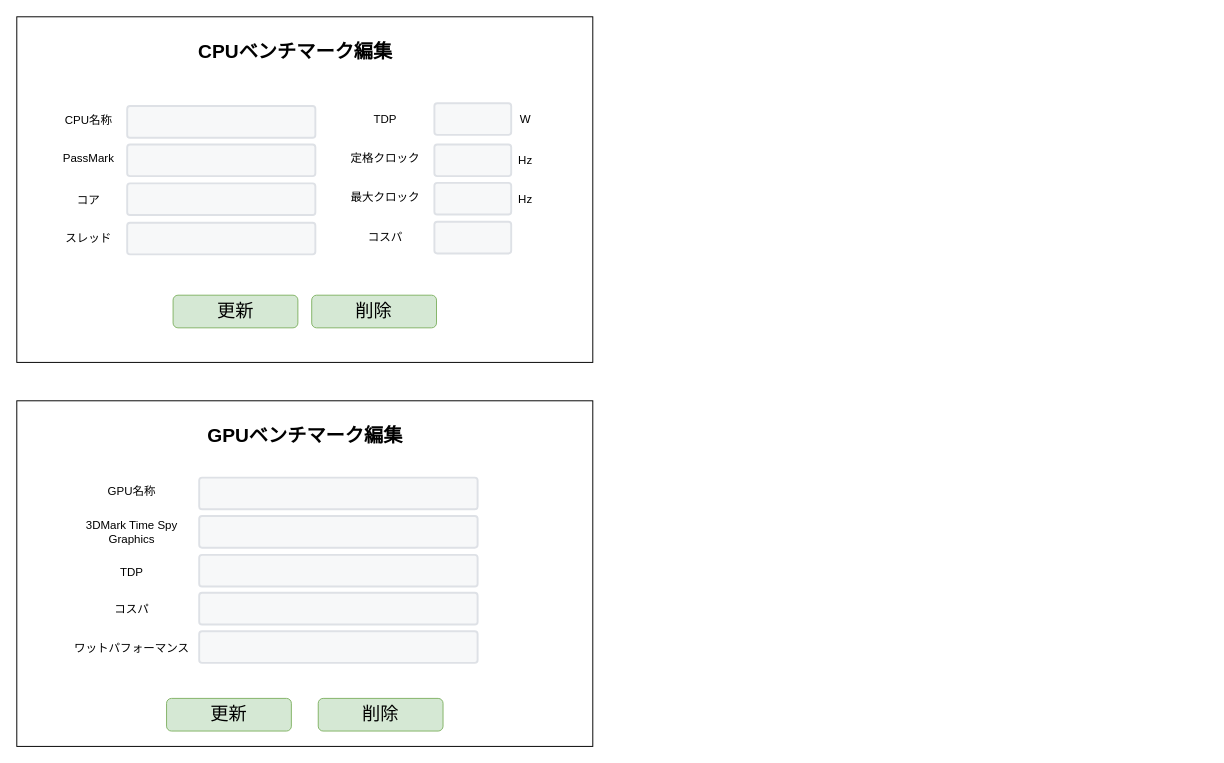
Before: page "S05-03 ベンチマーク編集" (3 of 3) of 各種設計書/6.画面設計書/S05_ベンチマークマスタ.drawio in HaruShim/Sotuken, a draw.io diagram. Source tidied: cells renumbered, new cells numbered last; positions are measured from the earlier drawing's top-left corner, leaving out a move shared by most shapes. Both pictures are drawn from the tidied source at 96%, with x=0, y=0 at pixel (16, 16).
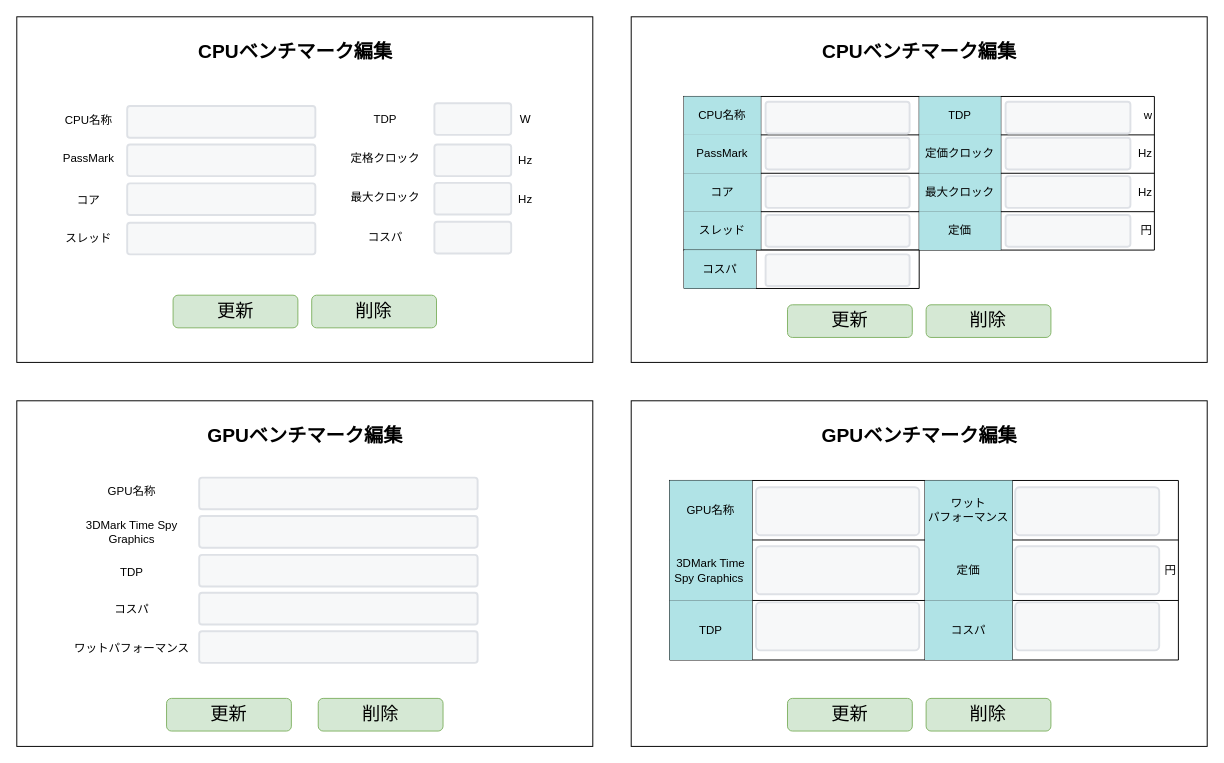
The same page after the edit.

Change to the diagram source:
```diff
@@
+    <mxCell id="41" style="rounded=0;whiteSpace=wrap;html=1;fillColor=default;strokeColor=default;fontColor=default;" parent="1" vertex="1">
+      <mxGeometry x="640" width="600" height="360" as="geometry" />
+    </mxCell>
+    <mxCell id="42" value="CPUベンチマーク編集" style="text;html=1;strokeColor=none;fillColor=none;align=center;verticalAlign=middle;whiteSpace=wrap;rounded=0;fontColor=default;fontStyle=1;fontSize=20;" parent="1" vertex="1">
+      <mxGeometry x="813.8" y="10" width="252.5" height="50" as="geometry" />
+    </mxCell>
+    <mxCell id="43" style="shape=table;startSize=0;childLayout=tableLayout;" parent="1" vertex="1">
+      <mxGeometry x="695" y="83" width="490" height="160" as="geometry" />
+    </mxCell>
+    <mxCell id="44" style="shape=partialRectangle;fillColor=none;top=0;left=0;bottom=0;right=0;" parent="43" vertex="1">
+      <mxGeometry width="490" height="40" as="geometry" />
+    </mxCell>
+    <mxCell id="45" value="CPU名称" style="shape=partialRectangle;html=1;whiteSpace=wrap;overflow=hidden;fillColor=#b0e3e6;top=0;left=0;bottom=0;right=0;strokeColor=#0e8088;" parent="44" vertex="1">
+      <mxGeometry width="80" height="40" as="geometry" />
+    </mxCell>
+    <mxCell id="46" style="shape=partialRectangle;html=1;whiteSpace=wrap;overflow=hidden;fillColor=none;top=0;left=0;bottom=0;right=0;" parent="44" vertex="1">
+      <mxGeometry x="80" width="165" height="40" as="geometry" />
+    </mxCell>
+    <mxCell id="47" value="TDP" style="shape=partialRectangle;html=1;whiteSpace=wrap;overflow=hidden;fillColor=#b0e3e6;top=0;left=0;bottom=0;right=0;strokeColor=#0e8088;" parent="44" vertex="1">
+      <mxGeometry x="245" width="85" height="40" as="geometry" />
+    </mxCell>
+    <mxCell id="48" value="w" style="shape=partialRectangle;html=1;whiteSpace=wrap;overflow=hidden;fillColor=none;top=0;left=0;bottom=0;right=0;align=right;" parent="44" vertex="1">
+      <mxGeometry x="330" width="160" height="40" as="geometry" />
+    </mxCell>
+    <mxCell id="49" style="shape=partialRectangle;fillColor=none;top=0;left=0;bottom=0;right=0;" parent="43" vertex="1">
+      <mxGeometry y="40" width="490" height="40" as="geometry" />
+    </mxCell>
+    <mxCell id="50" value="PassMark" style="shape=partialRectangle;html=1;whiteSpace=wrap;overflow=hidden;fillColor=#b0e3e6;top=0;left=0;bottom=0;right=0;strokeColor=#0e8088;" parent="49" vertex="1">
+      <mxGeometry width="80" height="40" as="geometry" />
+    </mxCell>
+    <mxCell id="51" style="shape=partialRectangle;html=1;whiteSpace=wrap;overflow=hidden;fillColor=none;top=0;left=0;bottom=0;right=0;" parent="49" vertex="1">
+      <mxGeometry x="80" width="165" height="40" as="geometry" />
+    </mxCell>
+    <mxCell id="52" value="定価クロック" style="shape=partialRectangle;html=1;whiteSpace=wrap;overflow=hidden;fillColor=#b0e3e6;top=0;left=0;bottom=0;right=0;strokeColor=#0e8088;" parent="49" vertex="1">
+      <mxGeometry x="245" width="85" height="40" as="geometry" />
+    </mxCell>
+    <mxCell id="53" value="Hz" style="shape=partialRectangle;html=1;whiteSpace=wrap;overflow=hidden;fillColor=none;top=0;left=0;bottom=0;right=0;align=right;" parent="49" vertex="1">
+      <mxGeometry x="330" width="160" height="40" as="geometry" />
+    </mxCell>
+    <mxCell id="54" style="shape=partialRectangle;fillColor=none;top=0;left=0;bottom=0;right=0;" parent="43" vertex="1">
+      <mxGeometry y="80" width="490" height="40" as="geometry" />
+    </mxCell>
+    <mxCell id="55" value="コア" style="shape=partialRectangle;html=1;whiteSpace=wrap;overflow=hidden;fillColor=#b0e3e6;top=0;left=0;bottom=0;right=0;strokeColor=#0e8088;" parent="54" vertex="1">
+      <mxGeometry width="80" height="40" as="geometry" />
+    </mxCell>
+    <mxCell id="56" style="shape=partialRectangle;html=1;whiteSpace=wrap;overflow=hidden;fillColor=none;top=0;left=0;bottom=0;right=0;" parent="54" vertex="1">
+      <mxGeometry x="80" width="165" height="40" as="geometry" />
+    </mxCell>
+    <mxCell id="57" value="最大クロック" style="shape=partialRectangle;html=1;whiteSpace=wrap;overflow=hidden;fillColor=#b0e3e6;top=0;left=0;bottom=0;right=0;strokeColor=#0e8088;" parent="54" vertex="1">
+      <mxGeometry x="245" width="85" height="40" as="geometry" />
+    </mxCell>
+    <mxCell id="58" value="Hz" style="shape=partialRectangle;html=1;whiteSpace=wrap;overflow=hidden;fillColor=none;top=0;left=0;bottom=0;right=0;align=right;" parent="54" vertex="1">
+      <mxGeometry x="330" width="160" height="40" as="geometry" />
+    </mxCell>
+    <mxCell id="59" style="shape=partialRectangle;fillColor=none;top=0;left=0;bottom=0;right=0;" parent="43" vertex="1">
+      <mxGeometry y="120" width="490" height="40" as="geometry" />
+    </mxCell>
+    <mxCell id="60" value="スレッド" style="shape=partialRectangle;html=1;whiteSpace=wrap;overflow=hidden;fillColor=#b0e3e6;top=0;left=0;bottom=0;right=0;strokeColor=#0e8088;" parent="59" vertex="1">
+      <mxGeometry width="80" height="40" as="geometry" />
+    </mxCell>
+    <mxCell id="61" style="shape=partialRectangle;html=1;whiteSpace=wrap;overflow=hidden;fillColor=none;top=0;left=0;bottom=0;right=0;" parent="59" vertex="1">
+      <mxGeometry x="80" width="165" height="40" as="geometry" />
+    </mxCell>
+    <mxCell id="62" value="定価" style="shape=partialRectangle;html=1;whiteSpace=wrap;overflow=hidden;fillColor=#b0e3e6;top=0;left=0;bottom=0;right=0;strokeColor=#0e8088;" parent="59" vertex="1">
+      <mxGeometry x="245" width="85" height="40" as="geometry" />
+    </mxCell>
+    <mxCell id="63" value="円" style="shape=partialRectangle;html=1;whiteSpace=wrap;overflow=hidden;fillColor=none;top=0;left=0;bottom=0;right=0;align=right;" parent="59" vertex="1">
+      <mxGeometry x="330" width="160" height="40" as="geometry" />
+    </mxCell>
+    <mxCell id="64" style="shape=table;startSize=0;childLayout=tableLayout;" parent="1" vertex="1">
+      <mxGeometry x="695" y="243" width="245" height="40" as="geometry" />
+    </mxCell>
+    <mxCell id="65" style="shape=partialRectangle;fillColor=none;top=0;left=0;bottom=0;right=0;" parent="64" vertex="1">
+      <mxGeometry width="245" height="40" as="geometry" />
+    </mxCell>
+    <mxCell id="66" value="コスパ" style="shape=partialRectangle;html=1;whiteSpace=wrap;overflow=hidden;fillColor=#b0e3e6;top=0;left=0;bottom=0;right=0;strokeColor=#0e8088;" parent="65" vertex="1">
+      <mxGeometry width="75" height="40" as="geometry" />
+    </mxCell>
+    <mxCell id="67" style="shape=partialRectangle;html=1;whiteSpace=wrap;overflow=hidden;fillColor=none;top=0;left=0;bottom=0;right=0;" parent="65" vertex="1">
+      <mxGeometry x="75" width="170" height="40" as="geometry" />
+    </mxCell>
+    <mxCell id="68" style="rounded=0;whiteSpace=wrap;html=1;fillColor=default;strokeColor=default;fontColor=default;" parent="1" vertex="1">
+      <mxGeometry x="640" y="400" width="600" height="360" as="geometry" />
+    </mxCell>
+    <mxCell id="69" value="GPUベンチマーク編集" style="text;html=1;strokeColor=none;fillColor=none;align=center;verticalAlign=middle;whiteSpace=wrap;rounded=0;fontColor=default;fontStyle=1;fontSize=20;" parent="1" vertex="1">
+      <mxGeometry x="813.8" y="410" width="252.5" height="50" as="geometry" />
+    </mxCell>
+    <mxCell id="70" style="shape=table;startSize=0;childLayout=tableLayout;" parent="1" vertex="1">
+      <mxGeometry x="680" y="483" width="530" height="187" as="geometry" />
+    </mxCell>
+    <mxCell id="71" style="shape=partialRectangle;fillColor=none;top=0;left=0;bottom=0;right=0;" parent="70" vertex="1">
+      <mxGeometry width="530" height="62" as="geometry" />
+    </mxCell>
+    <mxCell id="72" value="GPU名称" style="shape=partialRectangle;html=1;whiteSpace=wrap;overflow=hidden;fillColor=#b0e3e6;top=0;left=0;bottom=0;right=0;strokeColor=#0e8088;" parent="71" vertex="1">
+      <mxGeometry width="86" height="62" as="geometry" />
+    </mxCell>
+    <mxCell id="73" style="shape=partialRectangle;html=1;whiteSpace=wrap;overflow=hidden;fillColor=none;top=0;left=0;bottom=0;right=0;" parent="71" vertex="1">
+      <mxGeometry x="86" width="180" height="62" as="geometry" />
+    </mxCell>
+    <mxCell id="74" value="ワット&lt;br&gt;パフォーマンス" style="shape=partialRectangle;html=1;whiteSpace=wrap;overflow=hidden;fillColor=#b0e3e6;top=0;left=0;bottom=0;right=0;strokeColor=#0e8088;" parent="71" vertex="1">
+      <mxGeometry x="266" width="91" height="62" as="geometry" />
+    </mxCell>
+    <mxCell id="75" style="shape=partialRectangle;html=1;whiteSpace=wrap;overflow=hidden;fillColor=none;top=0;left=0;bottom=0;right=0;align=right;" parent="71" vertex="1">
+      <mxGeometry x="357" width="173" height="62" as="geometry" />
+    </mxCell>
+    <mxCell id="76" style="shape=partialRectangle;fillColor=none;top=0;left=0;bottom=0;right=0;" parent="70" vertex="1">
+      <mxGeometry y="62" width="530" height="63" as="geometry" />
+    </mxCell>
+    <mxCell id="77" value="3DMark Time Spy Graphics&amp;nbsp;" style="shape=partialRectangle;html=1;whiteSpace=wrap;overflow=hidden;fillColor=#b0e3e6;top=0;left=0;bottom=0;right=0;strokeColor=#0e8088;" parent="76" vertex="1">
+      <mxGeometry width="86" height="63" as="geometry" />
+    </mxCell>
+    <mxCell id="78" style="shape=partialRectangle;html=1;whiteSpace=wrap;overflow=hidden;fillColor=none;top=0;left=0;bottom=0;right=0;" parent="76" vertex="1">
+      <mxGeometry x="86" width="180" height="63" as="geometry" />
+    </mxCell>
+    <mxCell id="79" value="定価" style="shape=partialRectangle;html=1;whiteSpace=wrap;overflow=hidden;fillColor=#b0e3e6;top=0;left=0;bottom=0;right=0;strokeColor=#0e8088;" parent="76" vertex="1">
+      <mxGeometry x="266" width="91" height="63" as="geometry" />
+    </mxCell>
+    <mxCell id="80" value="円" style="shape=partialRectangle;html=1;whiteSpace=wrap;overflow=hidden;fillColor=none;top=0;left=0;bottom=0;right=0;align=right;" parent="76" vertex="1">
+      <mxGeometry x="357" width="173" height="63" as="geometry" />
+    </mxCell>
+    <mxCell id="81" style="shape=partialRectangle;fillColor=none;top=0;left=0;bottom=0;right=0;" parent="70" vertex="1">
+      <mxGeometry y="125" width="530" height="62" as="geometry" />
+    </mxCell>
+    <mxCell id="82" value="TDP" style="shape=partialRectangle;html=1;whiteSpace=wrap;overflow=hidden;fillColor=#b0e3e6;top=0;left=0;bottom=0;right=0;strokeColor=#0e8088;" parent="81" vertex="1">
+      <mxGeometry width="86" height="62" as="geometry" />
+    </mxCell>
+    <mxCell id="83" style="shape=partialRectangle;html=1;whiteSpace=wrap;overflow=hidden;fillColor=none;top=0;left=0;bottom=0;right=0;" parent="81" vertex="1">
+      <mxGeometry x="86" width="180" height="62" as="geometry" />
+    </mxCell>
+    <mxCell id="84" value="コスパ" style="shape=partialRectangle;html=1;whiteSpace=wrap;overflow=hidden;fillColor=#b0e3e6;top=0;left=0;bottom=0;right=0;strokeColor=#0e8088;" parent="81" vertex="1">
+      <mxGeometry x="266" width="91" height="62" as="geometry" />
+    </mxCell>
+    <mxCell id="85" style="shape=partialRectangle;html=1;whiteSpace=wrap;overflow=hidden;fillColor=none;top=0;left=0;bottom=0;right=0;align=right;" parent="81" vertex="1">
+      <mxGeometry x="357" width="173" height="62" as="geometry" />
+    </mxCell>
+    <mxCell id="86" style="rounded=1;arcSize=9;fillColor=#F7F8F9;align=left;spacingLeft=5;strokeColor=#DEE1E6;html=1;strokeWidth=2;fontSize=12;" parent="1" vertex="1">
+      <mxGeometry x="780" y="88.5" width="150" height="33" as="geometry" />
+    </mxCell>
+    <mxCell id="87" style="rounded=1;arcSize=9;fillColor=#F7F8F9;align=left;spacingLeft=5;strokeColor=#DEE1E6;html=1;strokeWidth=2;fontSize=12;" parent="1" vertex="1">
+      <mxGeometry x="780" y="166" width="150" height="33" as="geometry" />
+    </mxCell>
+    <mxCell id="88" style="rounded=1;arcSize=9;fillColor=#F7F8F9;align=left;spacingLeft=5;strokeColor=#DEE1E6;html=1;strokeWidth=2;fontSize=12;" parent="1" vertex="1">
+      <mxGeometry x="780" y="206.5" width="150" height="33" as="geometry" />
+    </mxCell>
+    <mxCell id="89" style="rounded=1;arcSize=9;fillColor=#F7F8F9;align=left;spacingLeft=5;strokeColor=#DEE1E6;html=1;strokeWidth=2;fontSize=12;" parent="1" vertex="1">
+      <mxGeometry x="780" y="247.5" width="150" height="33" as="geometry" />
+    </mxCell>
+    <mxCell id="90" style="rounded=1;arcSize=9;fillColor=#F7F8F9;align=left;spacingLeft=5;strokeColor=#DEE1E6;html=1;strokeWidth=2;fontSize=12;" parent="1" vertex="1">
+      <mxGeometry x="780" y="126" width="150" height="33" as="geometry" />
+    </mxCell>
+    <mxCell id="91" style="rounded=1;arcSize=9;fillColor=#F7F8F9;align=left;spacingLeft=5;strokeColor=#DEE1E6;html=1;strokeWidth=2;fontSize=12;" parent="1" vertex="1">
+      <mxGeometry x="1030" y="206.5" width="130" height="33" as="geometry" />
+    </mxCell>
+    <mxCell id="92" style="rounded=1;arcSize=9;fillColor=#F7F8F9;align=left;spacingLeft=5;strokeColor=#DEE1E6;html=1;strokeWidth=2;fontSize=12;" parent="1" vertex="1">
+      <mxGeometry x="1030" y="166" width="130" height="33" as="geometry" />
+    </mxCell>
+    <mxCell id="93" style="rounded=1;arcSize=9;fillColor=#F7F8F9;align=left;spacingLeft=5;strokeColor=#DEE1E6;html=1;strokeWidth=2;fontSize=12;" parent="1" vertex="1">
+      <mxGeometry x="1030" y="126" width="130" height="33" as="geometry" />
+    </mxCell>
+    <mxCell id="94" style="rounded=1;arcSize=9;fillColor=#F7F8F9;align=left;spacingLeft=5;strokeColor=#DEE1E6;html=1;strokeWidth=2;fontSize=12;" parent="1" vertex="1">
+      <mxGeometry x="1030" y="88.5" width="130" height="33" as="geometry" />
+    </mxCell>
+    <mxCell id="95" style="rounded=1;arcSize=9;fillColor=#F7F8F9;align=left;spacingLeft=5;strokeColor=#DEE1E6;html=1;strokeWidth=2;fontSize=12;" parent="1" vertex="1">
+      <mxGeometry x="770" y="490" width="170" height="50" as="geometry" />
+    </mxCell>
+    <mxCell id="96" style="rounded=1;arcSize=9;fillColor=#F7F8F9;align=left;spacingLeft=5;strokeColor=#DEE1E6;html=1;strokeWidth=2;fontSize=12;" parent="1" vertex="1">
+      <mxGeometry x="1040" y="490" width="150" height="50" as="geometry" />
+    </mxCell>
+    <mxCell id="97" style="rounded=1;arcSize=9;fillColor=#F7F8F9;align=left;spacingLeft=5;strokeColor=#DEE1E6;html=1;strokeWidth=2;fontSize=12;" parent="1" vertex="1">
+      <mxGeometry x="770" y="610" width="170" height="50" as="geometry" />
+    </mxCell>
+    <mxCell id="98" style="rounded=1;arcSize=9;fillColor=#F7F8F9;align=left;spacingLeft=5;strokeColor=#DEE1E6;html=1;strokeWidth=2;fontSize=12;" parent="1" vertex="1">
+      <mxGeometry x="770" y="551.5" width="170" height="50" as="geometry" />
+    </mxCell>
+    <mxCell id="99" style="rounded=1;arcSize=9;fillColor=#F7F8F9;align=left;spacingLeft=5;strokeColor=#DEE1E6;html=1;strokeWidth=2;fontSize=12;" parent="1" vertex="1">
+      <mxGeometry x="1040" y="551.5" width="150" height="50" as="geometry" />
+    </mxCell>
+    <mxCell id="100" style="rounded=1;arcSize=9;fillColor=#F7F8F9;align=left;spacingLeft=5;strokeColor=#DEE1E6;html=1;strokeWidth=2;fontSize=12;" parent="1" vertex="1">
+      <mxGeometry x="1040" y="610" width="150" height="50" as="geometry" />
+    </mxCell>
+    <mxCell id="101" value="&lt;span style=&quot;font-size: 19px&quot;&gt;更新&lt;/span&gt;" style="rounded=1;whiteSpace=wrap;html=1;align=center;labelBackgroundColor=none;fillColor=#d5e8d4;strokeColor=#82b366;" parent="1" vertex="1">
+      <mxGeometry x="802.8" y="300" width="130" height="34" as="geometry" />
+    </mxCell>
+    <mxCell id="102" value="&lt;span style=&quot;font-size: 19px&quot;&gt;削除&lt;/span&gt;" style="rounded=1;whiteSpace=wrap;html=1;align=center;labelBackgroundColor=none;fillColor=#d5e8d4;strokeColor=#82b366;" parent="1" vertex="1">
+      <mxGeometry x="947.2" y="300" width="130" height="34" as="geometry" />
+    </mxCell>
+    <mxCell id="103" value="&lt;span style=&quot;font-size: 19px&quot;&gt;更新&lt;/span&gt;" style="rounded=1;whiteSpace=wrap;html=1;align=center;labelBackgroundColor=none;fillColor=#d5e8d4;strokeColor=#82b366;" parent="1" vertex="1">
+      <mxGeometry x="802.8" y="710" width="130" height="34" as="geometry" />
+    </mxCell>
+    <mxCell id="104" value="&lt;span style=&quot;font-size: 19px&quot;&gt;削除&lt;/span&gt;" style="rounded=1;whiteSpace=wrap;html=1;align=center;labelBackgroundColor=none;fillColor=#d5e8d4;strokeColor=#82b366;" parent="1" vertex="1">
+      <mxGeometry x="947.2" y="710" width="130" height="34" as="geometry" />
+    </mxCell>
```
